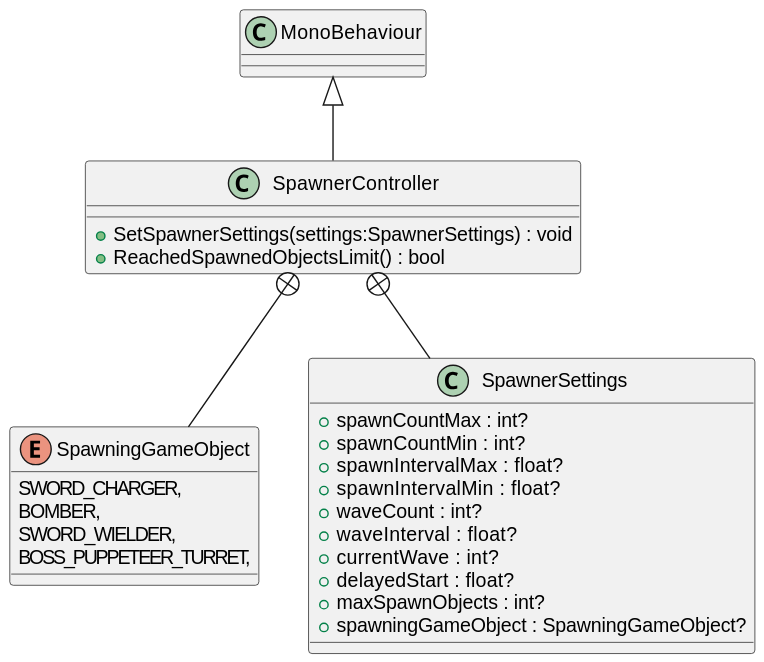
The PlantUML diagram UML/Controllers/AIController/SpawnerController.svg in KawinM23/TakeControl, before a commit.
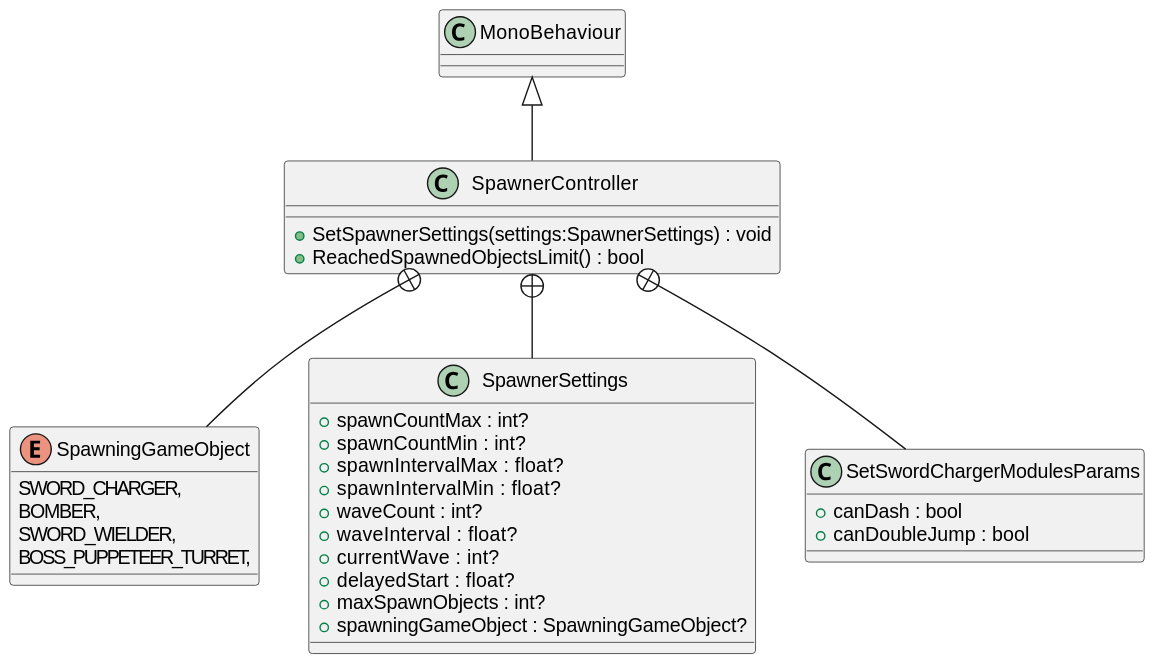
The same file after the commit.

The edit, as a diff of the source:
```diff
@@ -21,7 +21,12 @@
     + maxSpawnObjects : int?
     + spawningGameObject : SpawningGameObject?
 }
+class SetSwordChargerModulesParams {
+    + canDash : bool
+    + canDoubleJump : bool
+}
 MonoBehaviour <|-- SpawnerController
 SpawnerController +-- SpawningGameObject
 SpawnerController +-- SpawnerSettings
+SpawnerController +-- SetSwordChargerModulesParams
 @enduml
```
